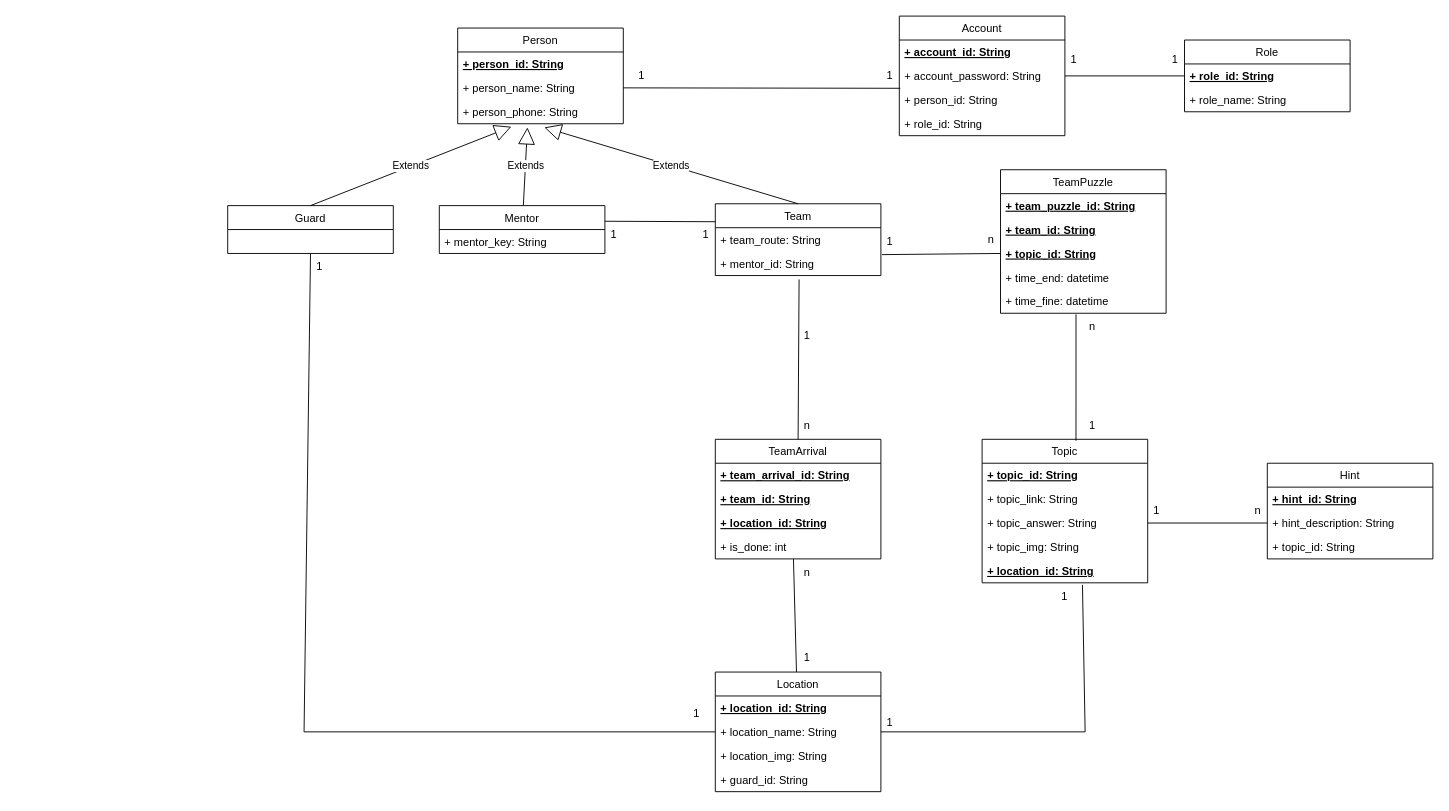
Above: config/TB_ClassDiagram.drawio in Tiendat06/ITZone_TeamBuilding (draw.io), before the change. Source tidied: cells renumbered, new cells numbered last; positions are measured from the earlier drawing's top-left corner, leaving out a move shared by most shapes. Both pictures are drawn from the tidied source at 92%, with x=0, y=0 at pixel (227, 16).
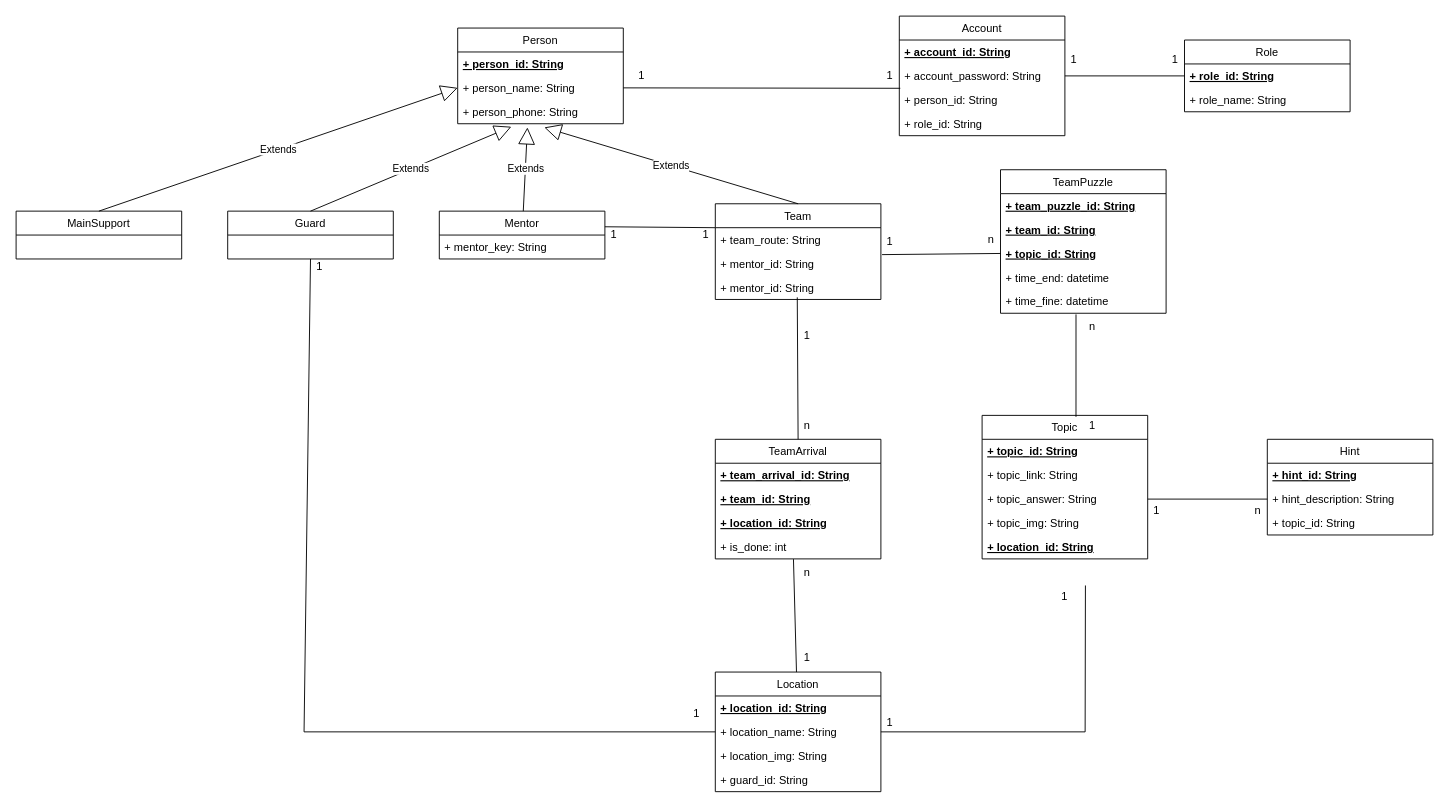
After the change.

Unchanged cells that the change refers to:
```xml
<mxCell id="6" value="+ person_name: String" style="text;strokeColor=none;fillColor=none;align=left;verticalAlign=top;spacingLeft=4;spacingRight=4;overflow=hidden;points=[[0,0.5],[1,0.5]];portConstraint=eastwest;" parent="4" vertex="1">
  <mxGeometry y="52" width="180" height="26" as="geometry" />
</mxCell>
<mxCell id="10" value="+ mentor_id: String" style="text;strokeColor=none;fillColor=none;align=left;verticalAlign=top;spacingLeft=4;spacingRight=4;overflow=hidden;points=[[0,0.5],[1,0.5]];portConstraint=eastwest;" parent="8" vertex="1">
  <mxGeometry y="52" width="180" height="26" as="geometry" />
</mxCell>
<mxCell id="32" value="+ location_name: String" style="text;strokeColor=none;fillColor=none;align=left;verticalAlign=top;spacingLeft=4;spacingRight=4;overflow=hidden;points=[[0,0.5],[1,0.5]];portConstraint=eastwest;" parent="30" vertex="1">
  <mxGeometry y="52" width="180" height="26" as="geometry" />
</mxCell>
<mxCell id="43" value="+ location_id: String" style="text;strokeColor=none;fillColor=none;align=left;verticalAlign=top;spacingLeft=4;spacingRight=4;overflow=hidden;points=[[0,0.5],[1,0.5]];portConstraint=eastwest;fontStyle=5;" parent="38" vertex="1">
  <mxGeometry y="130" width="180" height="26" as="geometry" />
</mxCell>
<mxCell id="47" value="TeamArrival" style="swimlane;fontStyle=0;horizontal=1;startSize=26;fillColor=none;" parent="1" vertex="1">
  <mxGeometry x="530" y="460" width="180" height="130" as="geometry" />
</mxCell>
<mxCell id="69" value="1" style="text;html=1;strokeColor=none;fillColor=none;align=center;verticalAlign=middle;whiteSpace=wrap;rounded=0;" parent="1" vertex="1">
  <mxGeometry x="880" y="616" width="60" height="30" as="geometry" />
</mxCell>
```

Change to the diagram source:
```diff
@@
     <mxCell id="2" value="Mentor" style="swimlane;fontStyle=0;horizontal=1;startSize=26;fillColor=none;" parent="1" vertex="1">
-      <mxGeometry x="230" y="206" width="180" height="52" as="geometry" />
+      <mxGeometry x="230" y="212" width="180" height="52" as="geometry" />
     </mxCell>
@@
     <mxCell id="8" value="Team" style="swimlane;fontStyle=0;horizontal=1;startSize=26;fillColor=none;" parent="1" vertex="1">
-      <mxGeometry x="530" y="204" width="180" height="78" as="geometry" />
+      <mxGeometry x="530" y="204" width="180" height="104" as="geometry" />
     </mxCell>
@@
+    <mxCell id="79" value="+ mentor_id: String" style="text;strokeColor=none;fillColor=none;align=left;verticalAlign=top;spacingLeft=4;spacingRight=4;overflow=hidden;points=[[0,0.5],[1,0.5]];portConstraint=eastwest;" parent="8" vertex="1">
+      <mxGeometry y="78" width="180" height="26" as="geometry" />
+    </mxCell>
@@
     <mxCell id="38" value="Topic" style="swimlane;fontStyle=0;horizontal=1;startSize=26;fillColor=none;" parent="1" vertex="1">
-      <mxGeometry x="820" y="460" width="180" height="156" as="geometry" />
+      <mxGeometry x="820" y="434" width="180" height="156" as="geometry" />
     </mxCell>
@@
-    <mxCell id="64" style="endArrow=none;html=1;rounded=0;exitX=0.506;exitY=1.163;exitDx=0;exitDy=0;exitPerimeter=0;entryX=0.5;entryY=0;entryDx=0;entryDy=0;" parent="1" edge="1" source="10" target="47">
+    <mxCell id="64" style="endArrow=none;html=1;rounded=0;entryX=0.5;entryY=0;entryDx=0;entryDy=0;exitX=0.495;exitY=0.912;exitDx=0;exitDy=0;exitPerimeter=0;" parent="1" edge="1" source="79" target="47">
       <mxGeometry relative="1" as="geometry" />
     </mxCell>
@@
-    <mxCell id="67" style="endArrow=none;html=1;rounded=0;entryX=1;entryY=0.5;entryDx=0;entryDy=0;exitX=0.606;exitY=1.087;exitDx=0;exitDy=0;exitPerimeter=0;" parent="1" edge="1" source="43" target="32">
+    <mxCell id="67" style="endArrow=none;html=1;rounded=0;entryX=1;entryY=0.5;entryDx=0;entryDy=0;exitX=0.872;exitY=0.096;exitDx=0;exitDy=0;exitPerimeter=0;" parent="1" edge="1" source="69" target="32">
       <mxGeometry relative="1" as="geometry">
         <Array as="points">
           <mxPoint x="932" y="778" />
         </Array>
       </mxGeometry>
     </mxCell>
@@
     <mxCell id="70" value="Hint" style="swimlane;fontStyle=0;horizontal=1;startSize=26;fillColor=none;" parent="1" vertex="1">
-      <mxGeometry x="1130" y="486" width="180" height="104" as="geometry" />
+      <mxGeometry x="1130" y="460" width="180" height="104" as="geometry" />
     </mxCell>
@@
     <mxCell id="77" value="Guard" style="swimlane;fontStyle=0;horizontal=1;startSize=26;fillColor=none;" parent="1" vertex="1">
-      <mxGeometry y="206" width="180" height="52" as="geometry" />
+      <mxGeometry y="212" width="180" height="52" as="geometry" />
     </mxCell>
@@
+    <mxCell id="80" value="MainSupport" style="swimlane;fontStyle=0;horizontal=1;startSize=26;fillColor=none;" parent="1" vertex="1">
+      <mxGeometry x="-230" y="212" width="180" height="52" as="geometry" />
+    </mxCell>
+    <mxCell id="81" value="Extends" style="endArrow=block;endSize=16;endFill=0;html=1;rounded=0;entryX=0;entryY=0.5;entryDx=0;entryDy=0;exitX=0.5;exitY=0;exitDx=0;exitDy=0;" parent="1" edge="1" source="80" target="6">
+      <mxGeometry relative="1" as="geometry" />
+    </mxCell>
```
